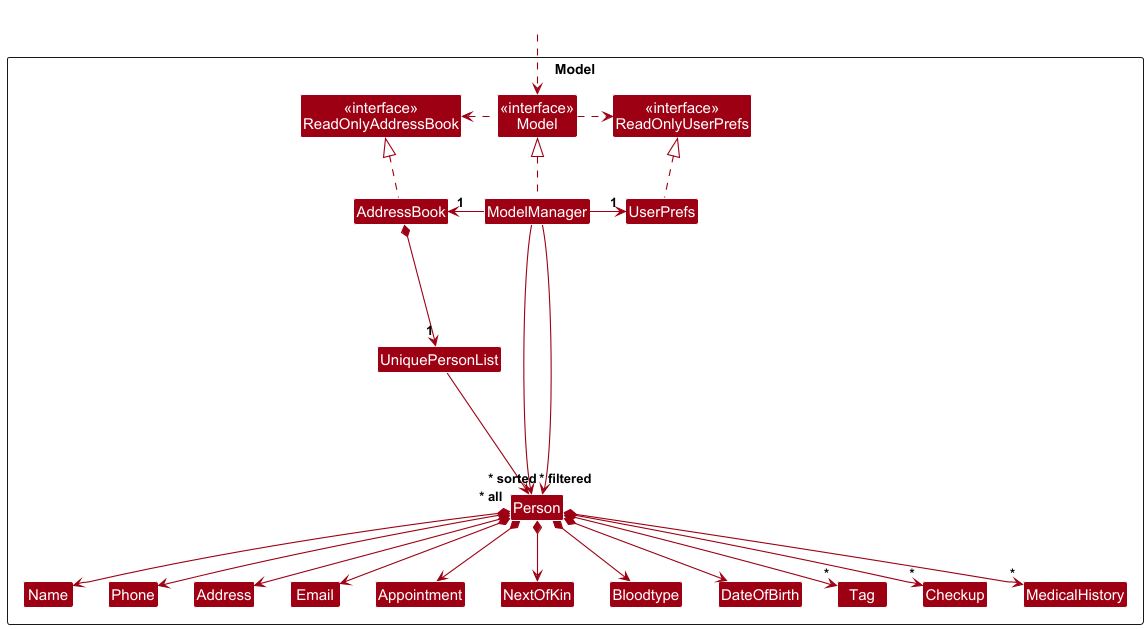
Before: docs/images/ModelClassDiagram.png, a diagram exported from PlantUML (chanjunlin/tp).
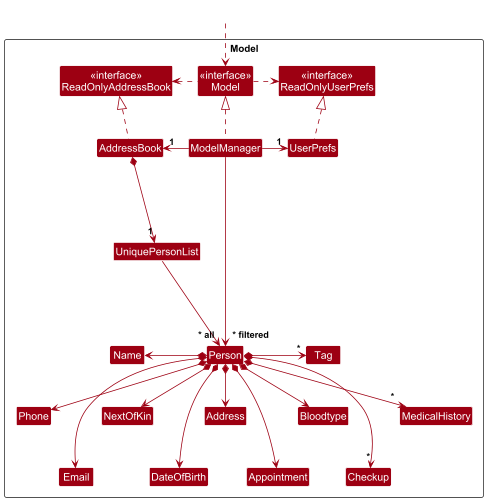
Later version of the same file.

Commit message:
Update model diagram for readabilty

What changed in the source:
```diff
@@ -42,31 +42,46 @@
 
 AddressBook *--> "1" UniquePersonList
 UniquePersonList --> "~* all" Person
-Person *--> Name
+Person *-left-> Name
 Person *--> Phone
 Person *--> Email
 Person *--> Address
-Person *--> "*" Tag
+Person *-right-> "*" Tag
 Person *--> Bloodtype
 Person *--> Appointment
-Person *--> NextOfKin
+Person *-down-> NextOfKin
 Person *--> "*" MedicalHistory
 Person *--> "*" Checkup
-Person *--> DateOfBirth
+Person *-left-> DateOfBirth
 
 I -[hidden]up--> UserPrefs
 Person -[hidden]up--> I
 UniquePersonList -[hidden]right-> I
 
-Name -[hidden]right-> Phone
-Phone -[hidden]right-> Address
-Address -[hidden]right-> Email
-Email -[hidden]right-> Appointment
-Appointment -[hidden]right-> NextOfKin
-NextOfKin -[hidden]right-> Bloodtype
-Bloodtype -[hidden]right-> DateOfBirth
-Bloodtype -[hidden]right-> Tag
+Name -[hidden]down-> Phone
+Name -[hidden]down-> NextOfKin
+Tag -[hidden]down-> MedicalHistory
+Tag -[hidden]down-> Bloodtype
+
+Phone -[hidden]down-> Email
+Phone -[hidden]right-> NextOfKin
+NextOfKin -[hidden]down->DateOfBirth
+NextOfKin -[hidden]right-> Address
+NextOfKin -[hidden]down->Email
+
+Address -[hidden]down-> Appointment
+Address -[hidden]right->Bloodtype
+Address -[hidden]down->DateOfBirth
+Bloodtype -[hidden]down-> Checkup
+Bloodtype -[hidden]down-> Appointment
+Bloodtype -[hidden]right-> MedicalHistory
+MedicalHistory -[hidden]down->Checkup
+
+
+DateOfBirth -[hidden]up-> Address
+DateOfBirth -[hidden]up->NextOfKin
+Appointment -[hidden]up-> Bloodtype
+Checkup -[hidden]up->Bloodtype
 
 ModelManager --> "~* filtered" Person
-ModelManager --> "~* sorted" Person
 @enduml
```
